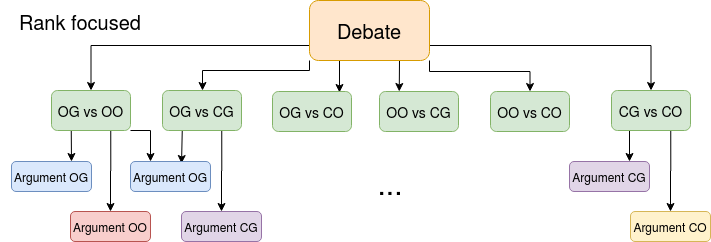
This is img/Efficient_Adjudication/tree_rank_focused.png from mariushobbhahn/mariushobbhahn.github.io, a draw.io export, as it was before one commit. Source tidied: cells renumbered, new cells last; positions are measured from the earlier drawing's top-left corner, leaving out a move shared by most shapes.
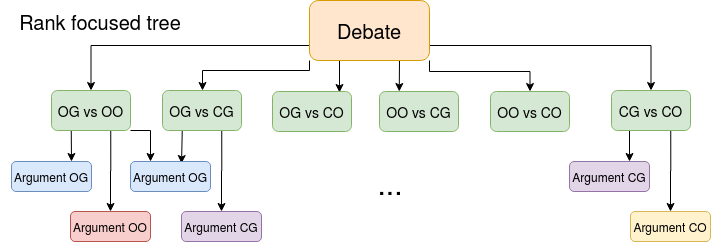
After the change.

What changed in the source:
```diff
@@ -93,8 +93,8 @@
     <mxCell id="28" value="&lt;font style=&quot;font-size: 30px&quot;&gt;...&lt;/font&gt;" style="text;html=1;strokeColor=none;fillColor=none;align=center;verticalAlign=middle;whiteSpace=wrap;rounded=0;" parent="1" vertex="1">
       <mxGeometry x="370" y="171" width="40" height="20" as="geometry" />
     </mxCell>
-    <mxCell id="29" value="&lt;font style=&quot;font-size: 20px&quot;&gt;Rank focused&lt;/font&gt;" style="text;html=1;strokeColor=none;fillColor=none;align=center;verticalAlign=middle;whiteSpace=wrap;rounded=0;" parent="1" vertex="1">
-      <mxGeometry y="11" width="160" height="20" as="geometry" />
+    <mxCell id="29" value="&lt;font style=&quot;font-size: 20px&quot;&gt;Rank focused tree&lt;br&gt;&lt;/font&gt;" style="text;html=1;strokeColor=none;fillColor=none;align=center;verticalAlign=middle;whiteSpace=wrap;rounded=0;" parent="1" vertex="1">
+      <mxGeometry y="11" width="200" height="20" as="geometry" />
     </mxCell>
   </root>
 </mxGraphModel>
```
